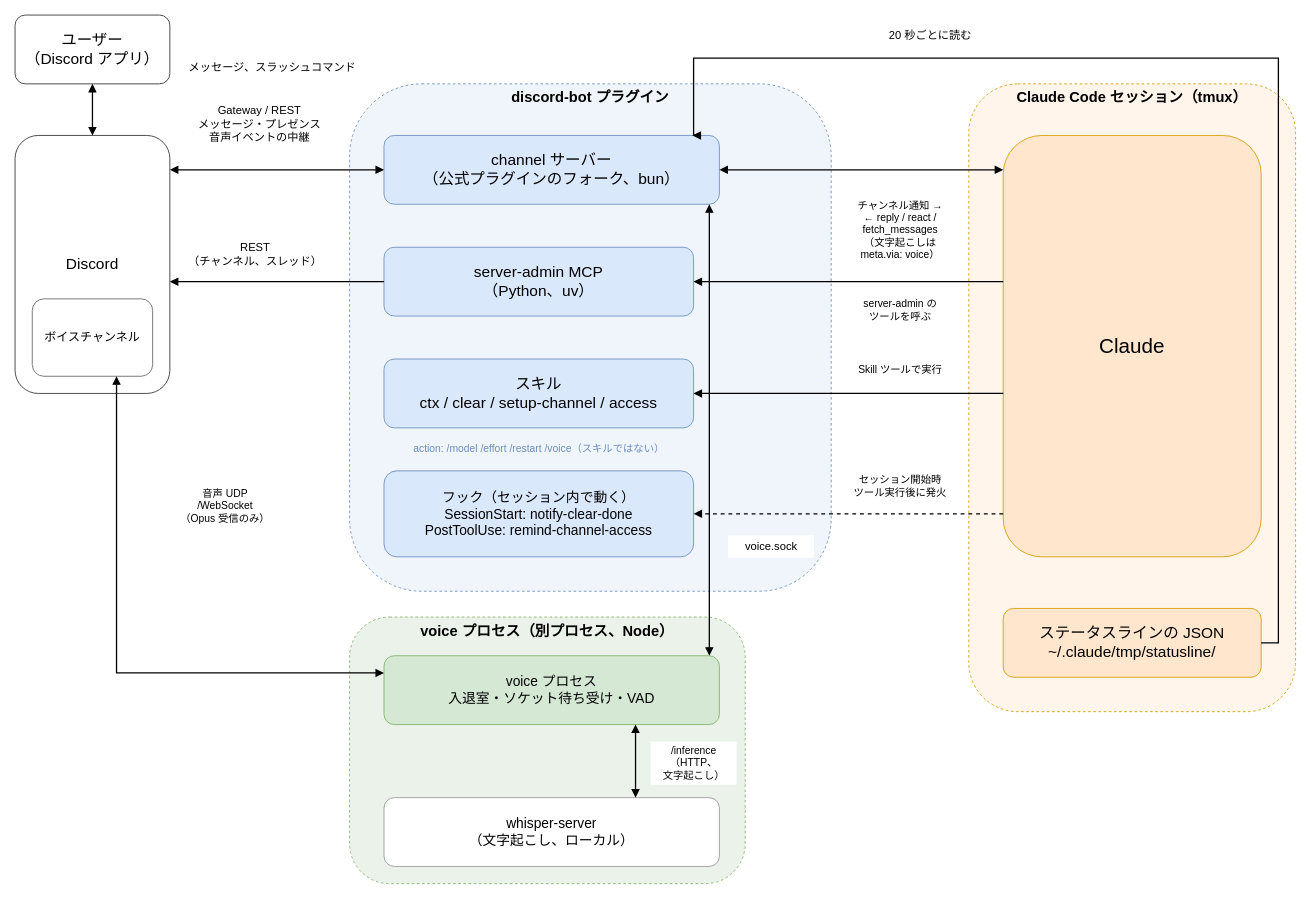
This is docs/diagrams/architecture.drawio from umitsu-tech/claude-code-discord-bot, a draw.io file, before an edit. Source tidied: cells renumbered, new cells numbered last; positions are measured from the earlier drawing's top-left corner, leaving out a move shared by most shapes. Both pictures are drawn from the tidied source at 86%, with x=0, y=0 at pixel (15, 15).
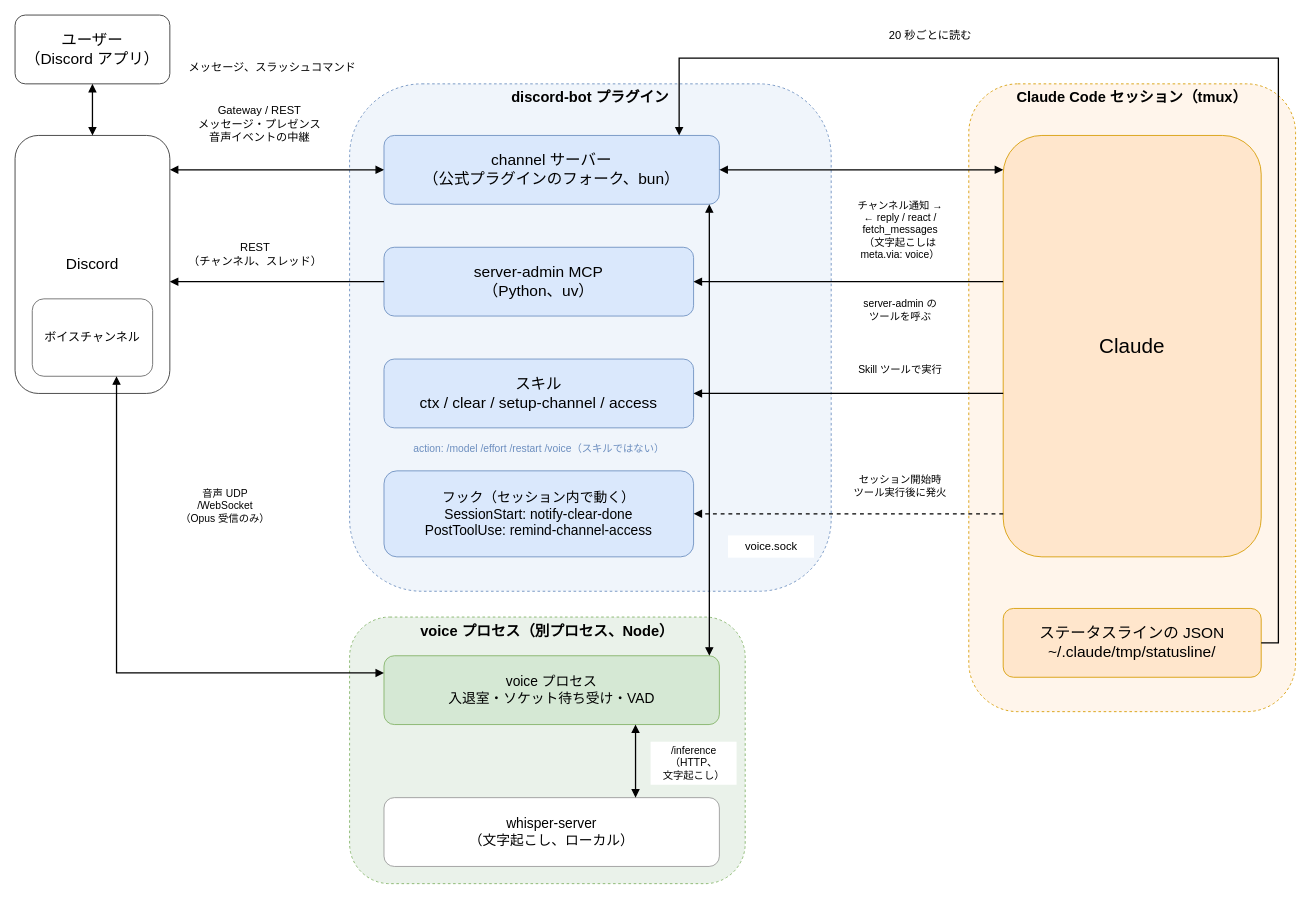
Above is the later version.

Commit message (it also covers changes not shown here):
ステータスラインから channel サーバーへの矢印の終点を箱の角から離す (#80)

The change refers to these unchanged cells:
```xml
<mxCell id="6" value="&lt;font style=&quot;font-size: 18px;&quot;&gt;channel サーバー&lt;br&gt;（公式プラグインのフォーク、bun）&lt;/font&gt;" style="rounded=1;whiteSpace=wrap;html=1;fillColor=#DAE8FC;strokeColor=#6C8EBF;fontSize=16;" parent="1" vertex="1">
  <mxGeometry x="429" y="140" width="390" height="80" as="geometry" />
</mxCell>
<mxCell id="16" value="&lt;font style=&quot;font-size: 18px;&quot;&gt;ステータスラインの JSON&lt;br&gt;~/.claude/tmp/statusline/&lt;/font&gt;" style="rounded=1;whiteSpace=wrap;html=1;fillColor=#FFE6CC;strokeColor=#D79B00;fontSize=16;" parent="1" vertex="1">
  <mxGeometry x="1149" y="690" width="300" height="80" as="geometry" />
</mxCell>
```

What changed in the source:
```diff
@@
-    <mxCell id="31" style="edgeStyle=orthogonalEdgeStyle;rounded=0;html=1;fontSize=14;endArrow=block;endFill=1;strokeWidth=1.5;exitX=1;exitY=0.5;entryX=0.92;entryY=0;" parent="1" edge="1" source="16" target="6">
+    <mxCell id="31" style="edgeStyle=orthogonalEdgeStyle;rounded=0;html=1;fontSize=14;endArrow=block;endFill=1;strokeWidth=1.5;exitX=1;exitY=0.5;entryX=0.88;entryY=0;" parent="1" edge="1" source="16" target="6">
       <mxGeometry relative="1" as="geometry">
         <Array as="points">
           <mxPoint x="1469" y="730" />
           <mxPoint x="1469" y="50" />
-          <mxPoint x="789" y="50" />
+          <mxPoint x="772" y="50" />
         </Array>
       </mxGeometry>
     </mxCell>
```
